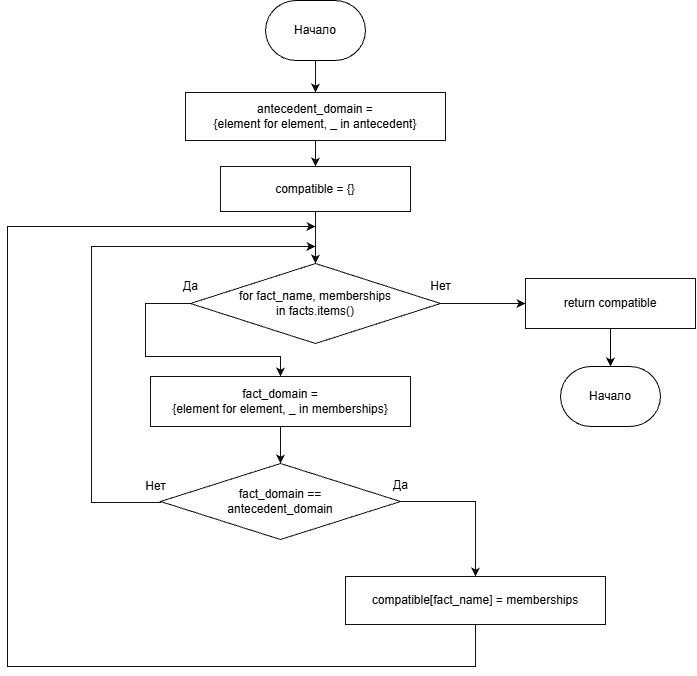
Before: figures/find_compatible_facts.drawio.png, a diagram exported from draw.io (Qudef1/lois). Source tidied: cells renumbered, new cells last; positions are measured from the earlier drawing's top-left corner, leaving out a move shared by most shapes. Its diagram source:
```xml
<mxGraphModel>
  <root>
    <mxCell id="0" />
    <mxCell id="1" parent="0" />
    <mxCell id="2" value="antecedent_domain =&lt;br&gt;{element for element, _ in antecedent}" style="rounded=0;whiteSpace=wrap;html=1;fillColor=#ffffff;strokeColor=#111111;fontSize=12;align=center;verticalAlign=middle;spacing=5;" parent="1" vertex="1">
      <mxGeometry x="178" y="92" width="260" height="48" as="geometry" />
    </mxCell>
    <mxCell id="3" value="compatible = {}" style="rounded=0;whiteSpace=wrap;html=1;fillColor=#ffffff;strokeColor=#111111;fontSize=12;align=center;verticalAlign=middle;spacing=5;" parent="1" vertex="1">
      <mxGeometry x="213" y="166" width="190" height="45" as="geometry" />
    </mxCell>
    <mxCell id="4" value="for fact_name, memberships&lt;br&gt;in facts.items()" style="rhombus;whiteSpace=wrap;html=1;fillColor=#ffffff;strokeColor=#111111;fontSize=12;align=center;verticalAlign=middle;spacing=3;" parent="1" vertex="1">
      <mxGeometry x="183" y="263" width="250" height="80" as="geometry" />
    </mxCell>
    <mxCell id="5" value="fact_domain =&lt;br&gt;{element for element, _ in memberships}" style="rounded=0;whiteSpace=wrap;html=1;fillColor=#ffffff;strokeColor=#111111;fontSize=12;align=center;verticalAlign=middle;spacing=5;" parent="1" vertex="1">
      <mxGeometry x="143" y="376" width="260" height="50" as="geometry" />
    </mxCell>
    <mxCell id="6" value="fact_domain ==&lt;br&gt;antecedent_domain" style="rhombus;whiteSpace=wrap;html=1;fillColor=#ffffff;strokeColor=#111111;fontSize=12;align=center;verticalAlign=middle;spacing=3;" parent="1" vertex="1">
      <mxGeometry x="153" y="463" width="240" height="76" as="geometry" />
    </mxCell>
    <mxCell id="7" value="compatible[fact_name] = memberships" style="rounded=0;whiteSpace=wrap;html=1;fillColor=#ffffff;strokeColor=#111111;fontSize=12;align=center;verticalAlign=middle;spacing=5;" parent="1" vertex="1">
      <mxGeometry x="338" y="576" width="260" height="48" as="geometry" />
    </mxCell>
    <mxCell id="8" style="edgeStyle=orthogonalEdgeStyle;rounded=0;jettySize=auto;html=1;" parent="1" edge="1" source="9" target="20">
      <mxGeometry relative="1" as="geometry" />
    </mxCell>
    <mxCell id="9" value="return compatible" style="rounded=0;whiteSpace=wrap;html=1;fillColor=#ffffff;strokeColor=#111111;fontSize=12;align=center;verticalAlign=middle;spacing=5;" parent="1" vertex="1">
      <mxGeometry x="518" y="278" width="170" height="50" as="geometry" />
    </mxCell>
    <mxCell id="10" style="edgeStyle=segmentEdgeStyle;rounded=0;jettySize=auto;html=1;strokeWidth=1;strokeColor=#111111;endArrow=classic;endFill=1;fontSize=12;labelBackgroundColor=#ffffff;exitX=0.5;exitY=1;exitDx=0;exitDy=0;entryX=0.5;entryY=0;entryDx=0;entryDy=0;" parent="1" edge="1" target="2">
      <mxGeometry relative="1" as="geometry">
        <mxPoint x="308" y="58" as="sourcePoint" />
      </mxGeometry>
    </mxCell>
    <mxCell id="11" style="edgeStyle=segmentEdgeStyle;rounded=0;jettySize=auto;html=1;strokeWidth=1;strokeColor=#111111;endArrow=classic;endFill=1;fontSize=12;labelBackgroundColor=#ffffff;exitX=0.5;exitY=1;exitDx=0;exitDy=0;entryX=0.5;entryY=0;entryDx=0;entryDy=0;" parent="1" edge="1" source="2" target="3">
      <mxGeometry relative="1" as="geometry" />
    </mxCell>
    <mxCell id="12" style="edgeStyle=segmentEdgeStyle;rounded=0;jettySize=auto;html=1;strokeWidth=1;strokeColor=#111111;endArrow=classic;endFill=1;fontSize=12;labelBackgroundColor=#ffffff;exitX=0.5;exitY=1;exitDx=0;exitDy=0;entryX=0.5;entryY=0;entryDx=0;entryDy=0;" parent="1" edge="1" source="3" target="4">
      <mxGeometry relative="1" as="geometry" />
    </mxCell>
    <mxCell id="13" value="Да" style="edgeStyle=segmentEdgeStyle;rounded=0;jettySize=auto;html=1;strokeWidth=1;strokeColor=#111111;endArrow=classic;endFill=1;fontSize=12;labelBackgroundColor=#ffffff;exitX=0;exitY=0.5;exitDx=0;exitDy=0;entryX=0.5;entryY=0;entryDx=0;entryDy=0;" parent="1" edge="1" source="4" target="5">
      <mxGeometry x="-1" y="-17" relative="1" as="geometry">
        <Array as="points">
          <mxPoint x="138" y="303" />
          <mxPoint x="138" y="356" />
          <mxPoint x="273" y="356" />
        </Array>
      </mxGeometry>
    </mxCell>
    <mxCell id="14" value="Нет" style="edgeStyle=segmentEdgeStyle;rounded=0;jettySize=auto;html=1;strokeWidth=1;strokeColor=#111111;endArrow=classic;endFill=1;fontSize=12;labelBackgroundColor=#ffffff;exitX=1;exitY=0.5;exitDx=0;exitDy=0;entryX=0;entryY=0.5;entryDx=0;entryDy=0;" parent="1" edge="1" source="4" target="9">
      <mxGeometry x="-1" y="17" relative="1" as="geometry" />
    </mxCell>
    <mxCell id="15" style="edgeStyle=segmentEdgeStyle;rounded=0;jettySize=auto;html=1;strokeWidth=1;strokeColor=#111111;endArrow=classic;endFill=1;fontSize=12;labelBackgroundColor=#ffffff;exitX=0.5;exitY=1;exitDx=0;exitDy=0;entryX=0.5;entryY=0;entryDx=0;entryDy=0;" parent="1" edge="1" source="5" target="6">
      <mxGeometry relative="1" as="geometry" />
    </mxCell>
    <mxCell id="16" value="Да" style="edgeStyle=segmentEdgeStyle;rounded=0;jettySize=auto;html=1;strokeWidth=1;strokeColor=#111111;endArrow=classic;endFill=1;fontSize=12;labelBackgroundColor=#ffffff;exitX=1;exitY=0.5;exitDx=0;exitDy=0;entryX=0.5;entryY=0;entryDx=0;entryDy=0;" parent="1" edge="1" source="6" target="7">
      <mxGeometry x="-1" y="16" relative="1" as="geometry" />
    </mxCell>
    <mxCell id="17" value="Нет" style="edgeStyle=segmentEdgeStyle;rounded=0;jettySize=auto;html=1;strokeWidth=1;strokeColor=#111111;endArrow=classic;endFill=1;fontSize=12;labelBackgroundColor=#ffffff;exitX=0;exitY=0.5;exitDx=0;exitDy=0;" parent="1" edge="1" source="6">
      <mxGeometry x="-1" y="-16" relative="1" as="geometry">
        <mxPoint x="308" y="246" as="targetPoint" />
        <Array as="points">
          <mxPoint x="84" y="502" />
          <mxPoint x="84" y="246" />
        </Array>
        <mxPoint x="11" y="-15" as="offset" />
      </mxGeometry>
    </mxCell>
    <mxCell id="18" style="edgeStyle=segmentEdgeStyle;rounded=0;jettySize=auto;html=1;strokeWidth=1;strokeColor=#111111;endArrow=classic;endFill=1;fontSize=12;labelBackgroundColor=#ffffff;exitX=0.5;exitY=1;exitDx=0;exitDy=0;" parent="1" edge="1" source="7">
      <mxGeometry x="-0.13" relative="1" as="geometry">
        <mxPoint x="308" y="226" as="targetPoint" />
        <Array as="points">
          <mxPoint x="468" y="666" />
          <mxPoint y="666" />
          <mxPoint y="226" />
        </Array>
      </mxGeometry>
    </mxCell>
    <mxCell id="19" value="Начало" style="strokeWidth=1;html=1;shape=mxgraph.flowchart.terminator;whiteSpace=wrap;" parent="1" vertex="1">
      <mxGeometry x="258" width="100" height="60" as="geometry" />
    </mxCell>
    <mxCell id="20" value="Начало" style="strokeWidth=1;html=1;shape=mxgraph.flowchart.terminator;whiteSpace=wrap;" parent="1" vertex="1">
      <mxGeometry x="553" y="366" width="100" height="60" as="geometry" />
    </mxCell>
  </root>
</mxGraphModel>
```
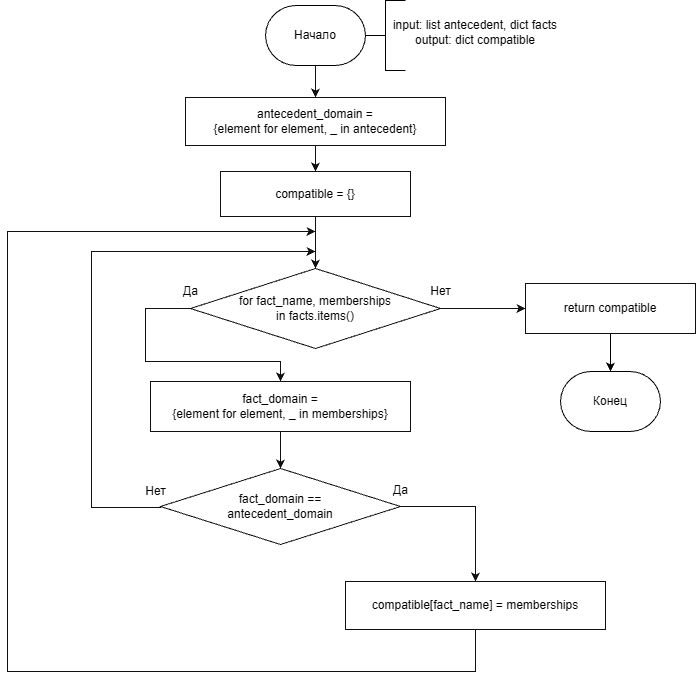
Above is the later version.

The edit, as a diff of the source:
```diff
@@ -78,8 +78,14 @@
     <mxCell id="19" value="Начало" style="strokeWidth=1;html=1;shape=mxgraph.flowchart.terminator;whiteSpace=wrap;" parent="1" vertex="1">
       <mxGeometry x="258" width="100" height="60" as="geometry" />
     </mxCell>
-    <mxCell id="20" value="Начало" style="strokeWidth=1;html=1;shape=mxgraph.flowchart.terminator;whiteSpace=wrap;" parent="1" vertex="1">
+    <mxCell id="20" value="Конец" style="strokeWidth=1;html=1;shape=mxgraph.flowchart.terminator;whiteSpace=wrap;" parent="1" vertex="1">
       <mxGeometry x="553" y="366" width="100" height="60" as="geometry" />
     </mxCell>
+    <mxCell id="21" style="strokeWidth=1;html=1;shape=mxgraph.flowchart.annotation_2;align=left;labelPosition=right;labelPerimeter=1;" parent="1" vertex="1">
+      <mxGeometry x="358" y="-5" width="40" height="70" as="geometry" />
+    </mxCell>
+    <mxCell id="22" value="&lt;div&gt;input: list antecedent, dict facts&lt;/div&gt;&lt;div&gt;output: dict compatible&lt;/div&gt;" style="text;html=1;whiteSpace=wrap;strokeColor=none;fillColor=none;align=center;verticalAlign=middle;rounded=0;" parent="1" vertex="1">
+      <mxGeometry x="378" y="5" width="180" height="45" as="geometry" />
+    </mxCell>
   </root>
 </mxGraphModel>
```
